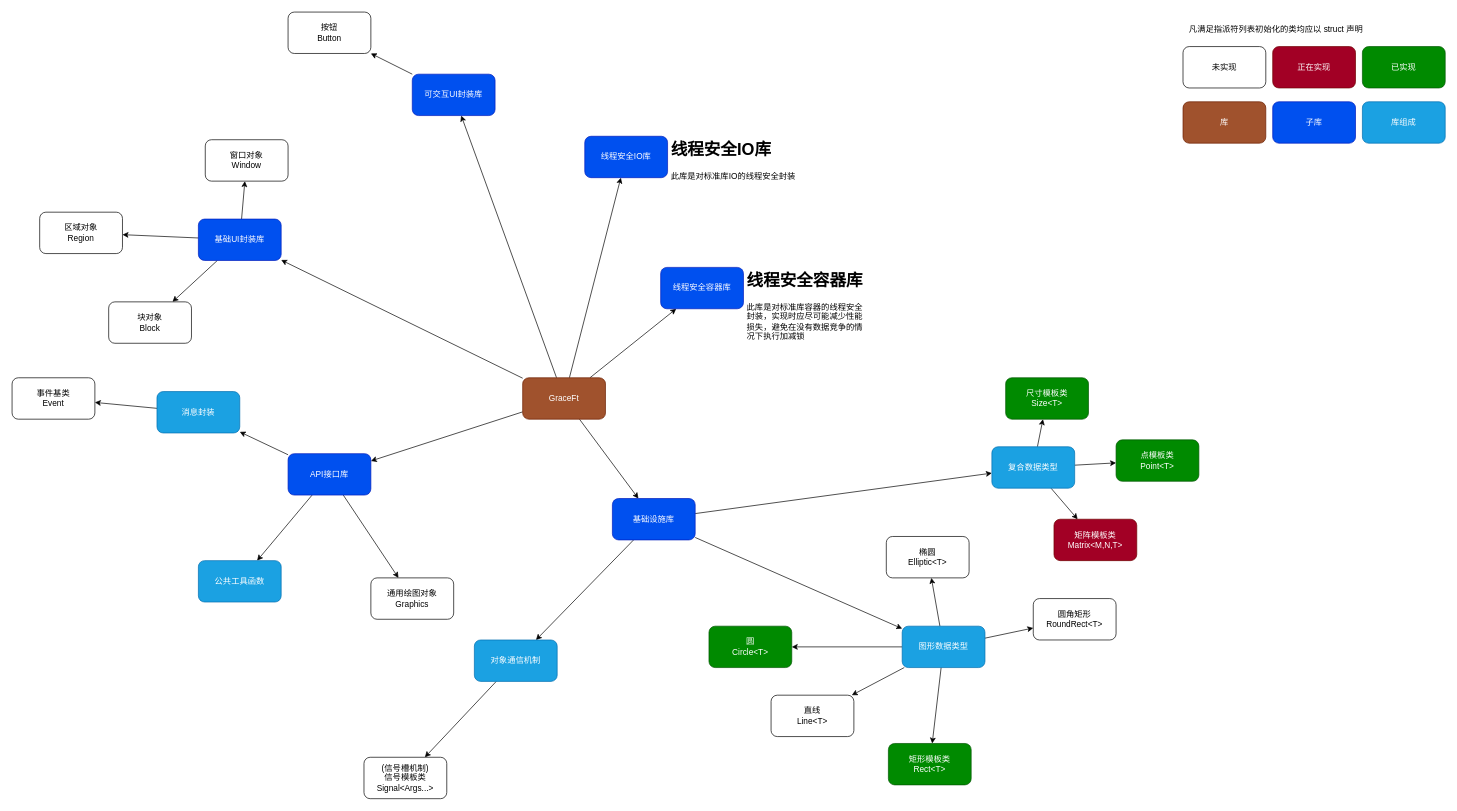
The draw.io diagram des.dio in Anglebase/GraceFt, before the edit. Source tidied: cells renumbered, new cells numbered last; positions are measured from the earlier drawing's top-left corner, leaving out a move shared by most shapes. Both pictures are drawn from the tidied source at 69%, with x=0, y=0 at pixel (12, 12).
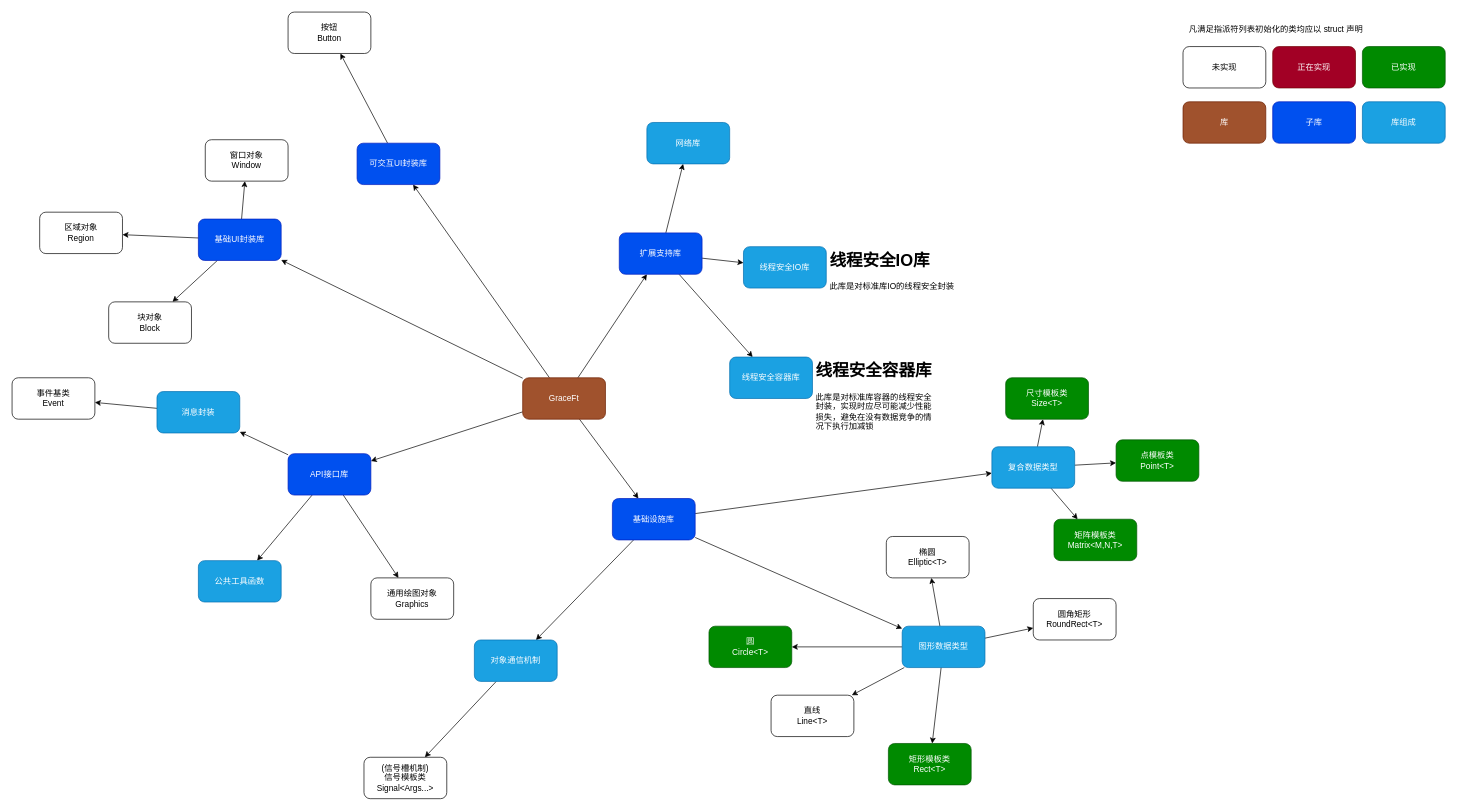
After the change.

Unchanged cells that the change refers to:
```xml
<mxCell id="8" value="GraceFt" style="rounded=1;whiteSpace=wrap;html=1;fillColor=#a0522d;fontColor=#ffffff;strokeColor=#6D1F00;" parent="1" vertex="1">
  <mxGeometry x="740" y="530" width="120" height="60" as="geometry" />
</mxCell>
```

Change to the diagram source:
```diff
@@
-    <mxCell id="3" style="edgeStyle=none;html=1;" parent="1" edge="1" source="8" target="13">
+    <mxCell id="3" style="edgeStyle=none;html=1;" parent="1" edge="1" source="66" target="13">
       <mxGeometry relative="1" as="geometry" />
     </mxCell>
@@
-    <mxCell id="6" style="edgeStyle=none;html=1;" parent="1" edge="1" source="8" target="30">
+    <mxCell id="6" style="edgeStyle=none;html=1;" parent="1" edge="1" source="66" target="30">
       <mxGeometry relative="1" as="geometry" />
     </mxCell>
@@
+    <mxCell id="64" style="edgeStyle=none;html=1;" parent="1" edge="1" source="8" target="66">
+      <mxGeometry relative="1" as="geometry" />
+    </mxCell>
@@
-    <mxCell id="13" value="线程安全容器库" style="rounded=1;whiteSpace=wrap;html=1;fillColor=#0050ef;fontColor=#ffffff;strokeColor=#001DBC;" parent="1" vertex="1">
-      <mxGeometry x="940" y="370" width="120" height="60" as="geometry" />
+    <mxCell id="13" value="线程安全容器库" style="rounded=1;whiteSpace=wrap;html=1;fillColor=#1ba1e2;fontColor=#ffffff;strokeColor=#006EAF;" parent="1" vertex="1">
+      <mxGeometry x="1040" y="500" width="120" height="60" as="geometry" />
     </mxCell>
@@
     <mxCell id="29" value="可交互UI封装库" style="rounded=1;whiteSpace=wrap;html=1;fillColor=#0050ef;fontColor=#ffffff;strokeColor=#001DBC;" parent="1" vertex="1">
-      <mxGeometry x="580" y="90" width="120" height="60" as="geometry" />
+      <mxGeometry x="500" y="190" width="120" height="60" as="geometry" />
     </mxCell>
-    <mxCell id="30" value="线程安全IO库" style="rounded=1;whiteSpace=wrap;html=1;fillColor=#0050ef;fontColor=#ffffff;strokeColor=#001DBC;" parent="1" vertex="1">
-      <mxGeometry x="830" y="180" width="120" height="60" as="geometry" />
+    <mxCell id="30" value="线程安全IO库" style="rounded=1;whiteSpace=wrap;html=1;fillColor=#1ba1e2;fontColor=#ffffff;strokeColor=#006EAF;" parent="1" vertex="1">
+      <mxGeometry x="1060" y="340" width="120" height="60" as="geometry" />
     </mxCell>
     <mxCell id="31" value="&lt;h1&gt;线程安全容器库&lt;/h1&gt;&lt;div&gt;此库是对标准库容器的线程安全封装，实现时应尽可能减少性能损失，避免在没有数据竞争的情况下执行加减锁&lt;/div&gt;" style="text;html=1;strokeColor=none;fillColor=none;spacing=5;spacingTop=-20;whiteSpace=wrap;overflow=hidden;rounded=0;" parent="1" vertex="1">
-      <mxGeometry x="1060" y="370" width="180" height="110" as="geometry" />
+      <mxGeometry x="1160" y="500" width="180" height="110" as="geometry" />
     </mxCell>
     <mxCell id="32" value="&lt;h1&gt;线程安全IO库&lt;/h1&gt;&lt;div&gt;此库是对标准库IO的线程安全封装&lt;/div&gt;" style="text;html=1;strokeColor=none;fillColor=none;spacing=5;spacingTop=-20;whiteSpace=wrap;overflow=hidden;rounded=0;" parent="1" vertex="1">
-      <mxGeometry x="950" y="180" width="190" height="70" as="geometry" />
+      <mxGeometry x="1180" y="340" width="190" height="70" as="geometry" />
     </mxCell>
@@
-    <mxCell id="46" value="矩阵模板类&lt;br&gt;Matrix&amp;lt;M,N,T&amp;gt;" style="rounded=1;whiteSpace=wrap;html=1;fillColor=#a20025;fontColor=#ffffff;strokeColor=#6F0000;fontStyle=0;" parent="1" vertex="1">
+    <mxCell id="46" value="矩阵模板类&lt;br&gt;Matrix&amp;lt;M,N,T&amp;gt;" style="rounded=1;whiteSpace=wrap;html=1;fillColor=#008a00;fontColor=#ffffff;strokeColor=#005700;fontStyle=0;" parent="1" vertex="1">
       <mxGeometry x="1510" y="735" width="120" height="60" as="geometry" />
     </mxCell>
@@
+    <mxCell id="65" style="edgeStyle=none;html=1;" parent="1" edge="1" source="66" target="67">
+      <mxGeometry relative="1" as="geometry" />
+    </mxCell>
+    <mxCell id="66" value="扩展支持库" style="rounded=1;whiteSpace=wrap;html=1;fillColor=#0050ef;fontColor=#ffffff;strokeColor=#001DBC;" parent="1" vertex="1">
+      <mxGeometry x="880" y="320" width="120" height="60" as="geometry" />
+    </mxCell>
+    <mxCell id="67" value="网络库" style="rounded=1;whiteSpace=wrap;html=1;fillColor=#1ba1e2;fontColor=#ffffff;strokeColor=#006EAF;" parent="1" vertex="1">
+      <mxGeometry x="920" y="160" width="120" height="60" as="geometry" />
+    </mxCell>
```
